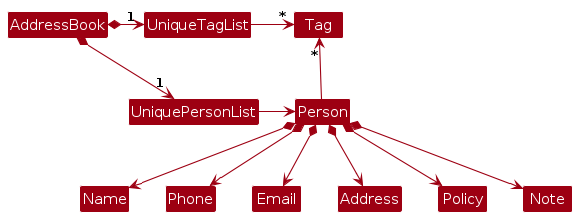
Before: diagrams/BetterModelClassDiagram.png, a diagram exported from PlantUML (AY2425S2-CS2103-F08-2/tp). Its source is kept beside it as diagrams/BetterModelClassDiagram.puml.
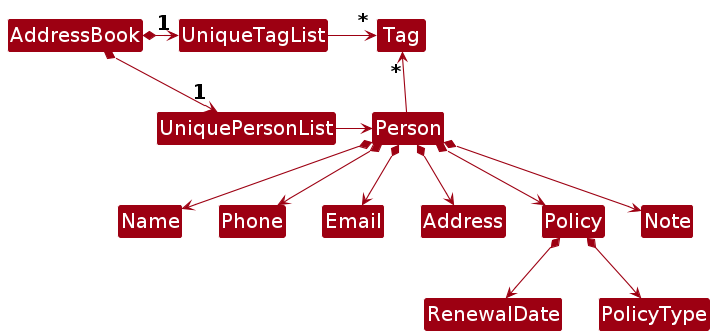
After the change.

What changed in the source:
```diff
@@ -1,5 +1,6 @@
 @startuml
 !include style.puml
+skinparam defaultFontSize 20
 skinparam arrowThickness 1.1
 skinparam arrowColor MODEL_COLOR
 skinparam classBackgroundColor MODEL_COLOR
@@ -20,4 +21,7 @@
 Person *--> Address
 Person *--> Policy
 Person *--> Note
+
+Policy *--> RenewalDate
+Policy *--> PolicyType
 @enduml
```
